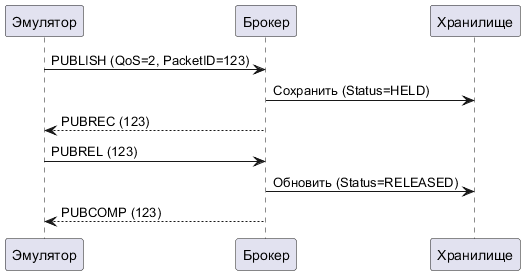
This is uml/SequenceEmulator.png from ijade/ModulesMonitor, a PlantUML export, as it was before one commit. Its diagram source:
```plantuml
@startuml
participant "Эмулятор" as Pub
participant "Брокер" as Broker
participant "Хранилище" as Storage

Pub -> Broker: PUBLISH (QoS=2, PacketID=123)
Broker -> Storage: Сохранить (Status=HELD)
Broker --> Pub: PUBREC (123)
Pub -> Broker: PUBREL (123)
Broker -> Storage: Обновить (Status=RELEASED)
Broker --> Pub: PUBCOMP (123)
@enduml
```
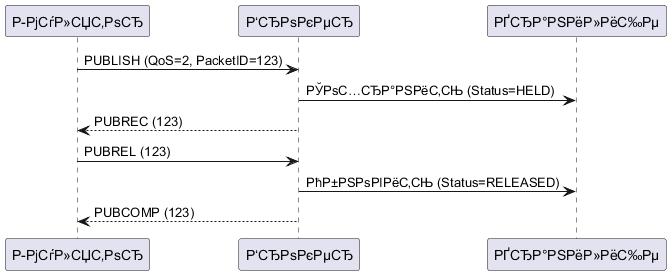
After the change.

The edit, as a diff of the source:
```diff
@@ -1,12 +1,12 @@
 @startuml
-participant "Эмулятор" as Pub
-participant "Брокер" as Broker
-participant "Хранилище" as Storage
+participant "Р­РјСѓР»СЏС‚РѕСЂ" as Pub
+participant "Р‘СЂРѕРєРµСЂ" as Broker
+participant "РҐСЂР°РЅРёР»РёС‰Рµ" as Storage
 
 Pub -> Broker: PUBLISH (QoS=2, PacketID=123)
-Broker -> Storage: Сохранить (Status=HELD)
+Broker -> Storage: РЎРѕС…СЂР°РЅРёС‚СЊ (Status=HELD)
 Broker --> Pub: PUBREC (123)
 Pub -> Broker: PUBREL (123)
-Broker -> Storage: Обновить (Status=RELEASED)
+Broker -> Storage: РћР±РЅРѕРІРёС‚СЊ (Status=RELEASED)
 Broker --> Pub: PUBCOMP (123)
 @enduml
```
